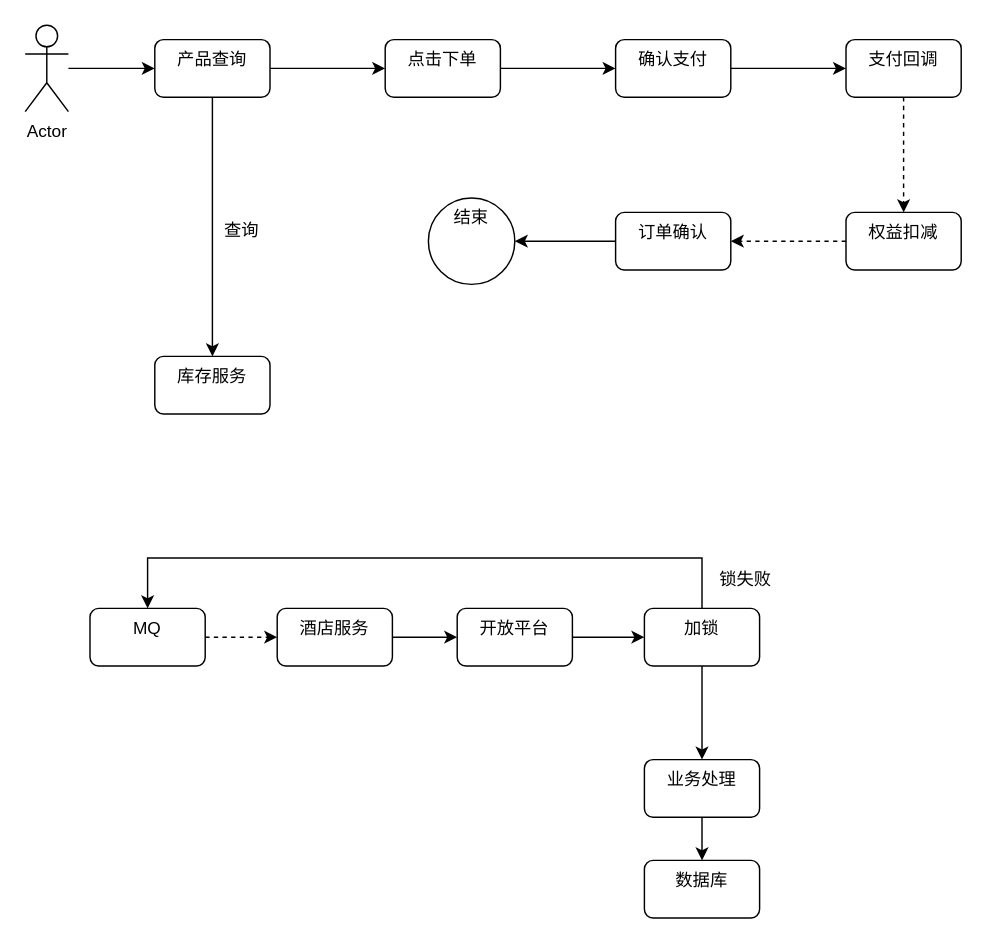
Before: page "第 2 页" (2 of 5) of 晋升.drawio in VilaNan/tsxxx.github.io, a draw.io diagram. Source tidied: cells renumbered, new cells numbered last; positions are measured from the earlier drawing's top-left corner, leaving out a move shared by most shapes. Both pictures are drawn from the tidied source at 144%, with x=0, y=0 at pixel (24, 24).
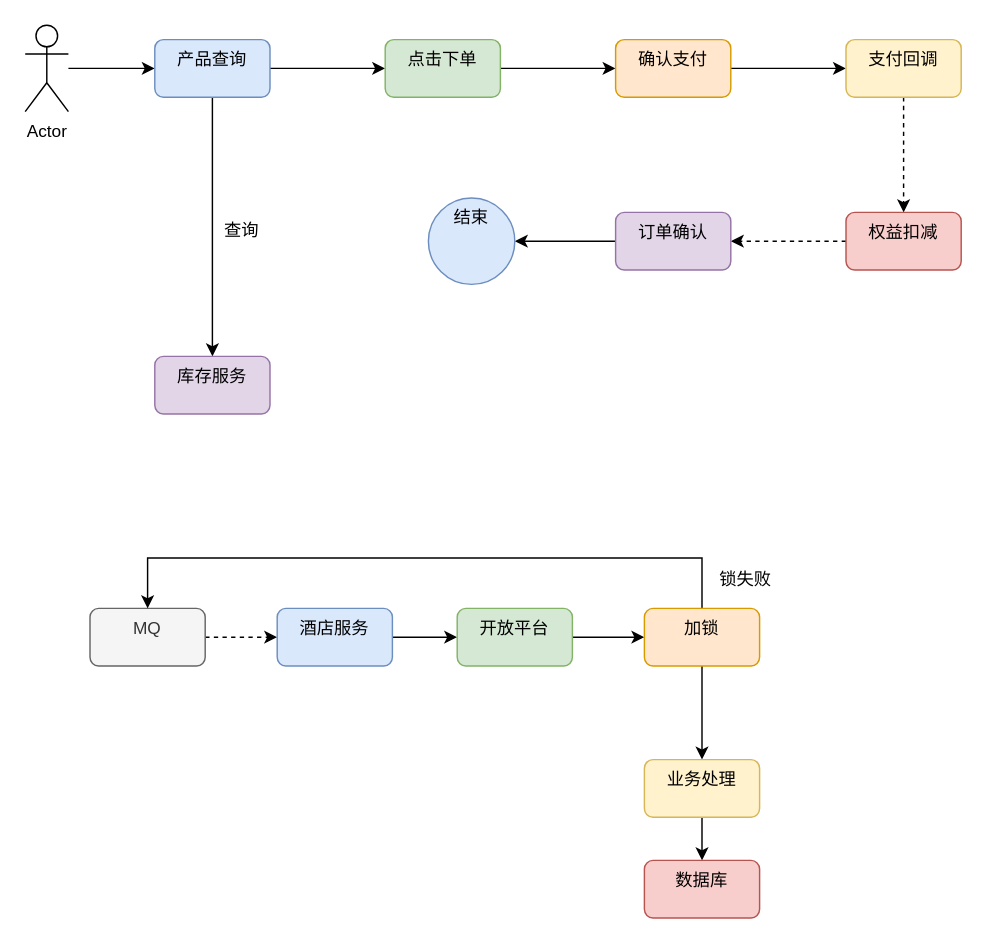
The same page after the edit.

What changed in the source:
```diff
@@
-    <mxCell id="6" value="产品查询" style="rounded=1;whiteSpace=wrap;html=1;verticalAlign=top;" parent="1" vertex="1">
+    <mxCell id="6" value="产品查询" style="rounded=1;whiteSpace=wrap;html=1;verticalAlign=top;fillColor=#dae8fc;strokeColor=#6c8ebf;" parent="1" vertex="1">
       <mxGeometry x="90" y="10" width="80" height="40" as="geometry" />
     </mxCell>
@@
-    <mxCell id="8" value="点击下单" style="rounded=1;whiteSpace=wrap;html=1;verticalAlign=top;" parent="1" vertex="1">
+    <mxCell id="8" value="点击下单" style="rounded=1;whiteSpace=wrap;html=1;verticalAlign=top;fillColor=#d5e8d4;strokeColor=#82b366;" parent="1" vertex="1">
       <mxGeometry x="250" y="10" width="80" height="40" as="geometry" />
     </mxCell>
@@
-    <mxCell id="10" value="确认支付" style="rounded=1;whiteSpace=wrap;html=1;verticalAlign=top;" parent="1" vertex="1">
+    <mxCell id="10" value="确认支付" style="rounded=1;whiteSpace=wrap;html=1;verticalAlign=top;fillColor=#ffe6cc;strokeColor=#d79b00;" parent="1" vertex="1">
       <mxGeometry x="410" y="10" width="80" height="40" as="geometry" />
     </mxCell>
@@
-    <mxCell id="12" value="支付回调" style="rounded=1;whiteSpace=wrap;html=1;verticalAlign=top;" parent="1" vertex="1">
+    <mxCell id="12" value="支付回调" style="rounded=1;whiteSpace=wrap;html=1;verticalAlign=top;fillColor=#fff2cc;strokeColor=#d6b656;" parent="1" vertex="1">
       <mxGeometry x="570" y="10" width="80" height="40" as="geometry" />
     </mxCell>
@@
-    <mxCell id="14" value="权益扣减" style="rounded=1;whiteSpace=wrap;html=1;verticalAlign=top;" parent="1" vertex="1">
+    <mxCell id="14" value="权益扣减" style="rounded=1;whiteSpace=wrap;html=1;verticalAlign=top;fillColor=#f8cecc;strokeColor=#b85450;" parent="1" vertex="1">
       <mxGeometry x="570" y="130" width="80" height="40" as="geometry" />
     </mxCell>
@@
-    <mxCell id="16" value="订单确认" style="rounded=1;whiteSpace=wrap;html=1;verticalAlign=top;" parent="1" vertex="1">
+    <mxCell id="16" value="订单确认" style="rounded=1;whiteSpace=wrap;html=1;verticalAlign=top;fillColor=#e1d5e7;strokeColor=#9673a6;" parent="1" vertex="1">
       <mxGeometry x="410" y="130" width="80" height="40" as="geometry" />
     </mxCell>
-    <mxCell id="17" value="结束" style="ellipse;whiteSpace=wrap;html=1;verticalAlign=top;rounded=1;" parent="1" vertex="1">
+    <mxCell id="17" value="结束" style="ellipse;whiteSpace=wrap;html=1;verticalAlign=top;rounded=1;fillColor=#dae8fc;strokeColor=#6c8ebf;" parent="1" vertex="1">
       <mxGeometry x="280" y="120" width="60" height="60" as="geometry" />
     </mxCell>
-    <mxCell id="18" value="库存服务" style="rounded=1;whiteSpace=wrap;html=1;verticalAlign=top;" parent="1" vertex="1">
+    <mxCell id="18" value="库存服务" style="rounded=1;whiteSpace=wrap;html=1;verticalAlign=top;fillColor=#e1d5e7;strokeColor=#9673a6;" parent="1" vertex="1">
       <mxGeometry x="90" y="230" width="80" height="40" as="geometry" />
     </mxCell>
@@
-    <mxCell id="20" value="MQ" style="rounded=1;whiteSpace=wrap;html=1;verticalAlign=top;" parent="1" vertex="1">
+    <mxCell id="20" value="MQ" style="rounded=1;whiteSpace=wrap;html=1;verticalAlign=top;fillColor=#f5f5f5;fontColor=#333333;strokeColor=#666666;" parent="1" vertex="1">
       <mxGeometry x="45" y="405" width="80" height="40" as="geometry" />
     </mxCell>
@@
-    <mxCell id="22" value="酒店服务" style="rounded=1;whiteSpace=wrap;html=1;verticalAlign=top;" parent="1" vertex="1">
+    <mxCell id="22" value="酒店服务" style="rounded=1;whiteSpace=wrap;html=1;verticalAlign=top;fillColor=#dae8fc;strokeColor=#6c8ebf;" parent="1" vertex="1">
       <mxGeometry x="175" y="405" width="80" height="40" as="geometry" />
     </mxCell>
@@
-    <mxCell id="25" value="开放平台" style="rounded=1;whiteSpace=wrap;html=1;verticalAlign=top;" parent="1" vertex="1">
+    <mxCell id="25" value="开放平台" style="rounded=1;whiteSpace=wrap;html=1;verticalAlign=top;fillColor=#d5e8d4;strokeColor=#82b366;" parent="1" vertex="1">
       <mxGeometry x="300" y="405" width="80" height="40" as="geometry" />
     </mxCell>
@@
-    <mxCell id="28" value="加锁" style="rounded=1;whiteSpace=wrap;html=1;verticalAlign=top;" parent="1" vertex="1">
+    <mxCell id="28" value="加锁" style="rounded=1;whiteSpace=wrap;html=1;verticalAlign=top;fillColor=#ffe6cc;strokeColor=#d79b00;" parent="1" vertex="1">
       <mxGeometry x="430" y="405" width="80" height="40" as="geometry" />
     </mxCell>
@@
-    <mxCell id="30" value="业务处理" style="rounded=1;whiteSpace=wrap;html=1;verticalAlign=top;" parent="1" vertex="1">
+    <mxCell id="30" value="业务处理" style="rounded=1;whiteSpace=wrap;html=1;verticalAlign=top;fillColor=#fff2cc;strokeColor=#d6b656;" parent="1" vertex="1">
       <mxGeometry x="430" y="510" width="80" height="40" as="geometry" />
     </mxCell>
-    <mxCell id="31" value="数据库" style="rounded=1;whiteSpace=wrap;html=1;verticalAlign=top;" parent="1" vertex="1">
+    <mxCell id="31" value="数据库" style="rounded=1;whiteSpace=wrap;html=1;verticalAlign=top;fillColor=#f8cecc;strokeColor=#b85450;" parent="1" vertex="1">
       <mxGeometry x="430" y="580" width="80" height="40" as="geometry" />
     </mxCell>
```
